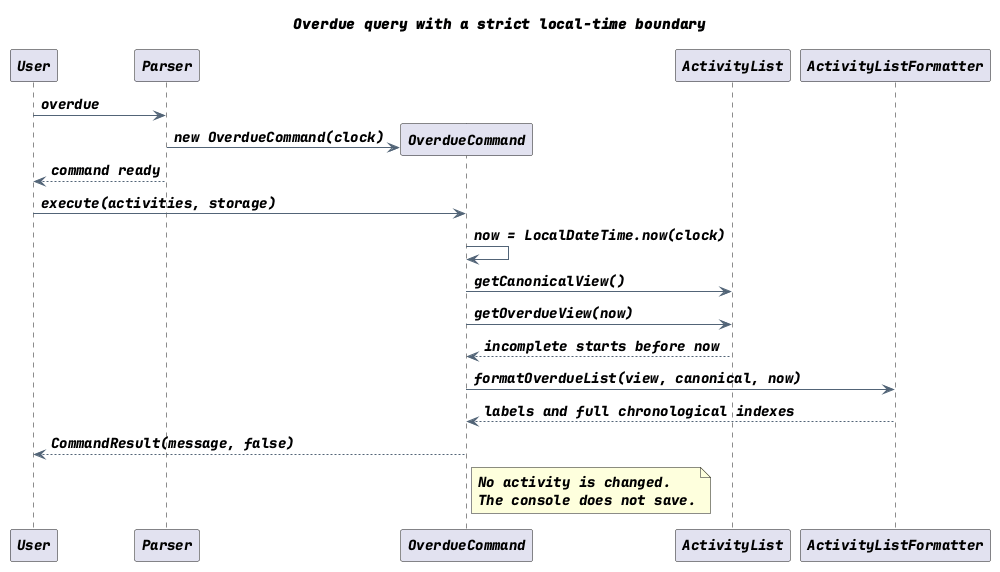
Before: docs/images/PriorityAndTimeViewsSequence.png, a diagram exported from PlantUML (AY2627S1-CS2113-T10-4/tp). The source it was exported from:
```plantuml
@startuml
!pragma layout smetana
title Overdue query with a strict local-time boundary
skinparam backgroundColor white
skinparam shadowing false
skinparam defaultFontName SansSerif
skinparam defaultFontSize 14
skinparam ArrowColor #526477
participant "User" as User
participant "Parser" as Parser
participant "OverdueCommand" as Overdue
participant "ActivityList" as List
participant "ActivityListFormatter" as Formatter

User -> Parser : overdue
create Overdue
Parser -> Overdue : new OverdueCommand(clock)
Parser --> User : command ready
User -> Overdue : execute(activities, storage)
Overdue -> Overdue : now = LocalDateTime.now(clock)
Overdue -> List : getCanonicalView()
Overdue -> List : getOverdueView(now)
List --> Overdue : incomplete starts before now
Overdue -> Formatter : formatOverdueList(view, canonical, now)
Formatter --> Overdue : labels and full chronological indexes
Overdue --> User : CommandResult(message, false)
note right of Overdue
  No activity is changed.
  The console does not save.
end note
@enduml
```
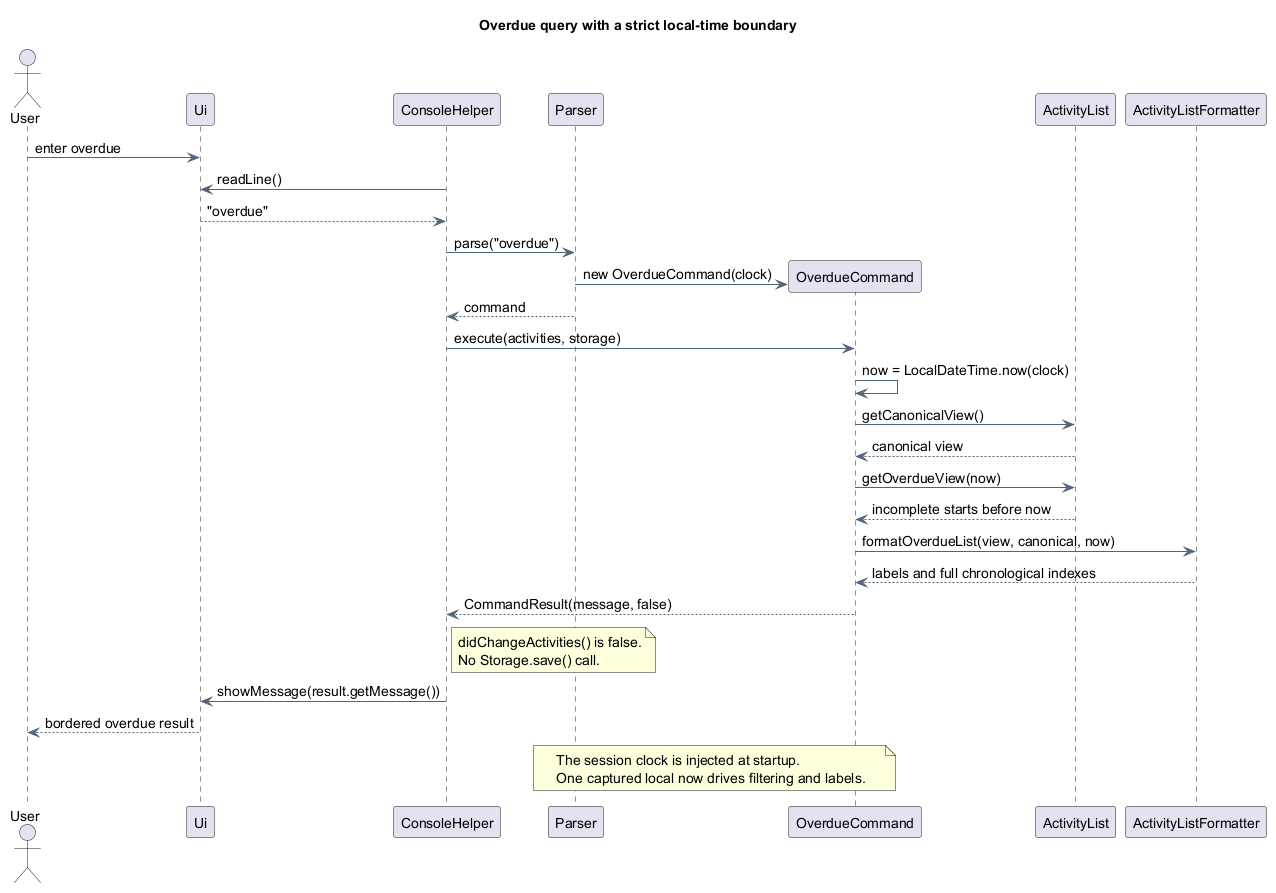
After the commit.

Commit message:
docs: reconcile merged activity guides with current behavior

Diff of the diagram source:
```diff
@@ -6,26 +6,38 @@
 skinparam defaultFontName SansSerif
 skinparam defaultFontSize 14
 skinparam ArrowColor #526477
-participant "User" as User
+actor "User" as User
+participant "Ui" as Ui
+participant "ConsoleHelper" as Console
 participant "Parser" as Parser
 participant "OverdueCommand" as Overdue
 participant "ActivityList" as List
 participant "ActivityListFormatter" as Formatter
 
-User -> Parser : overdue
+User -> Ui : enter overdue
+Console -> Ui : readLine()
+Ui --> Console : "overdue"
+Console -> Parser : parse("overdue")
 create Overdue
 Parser -> Overdue : new OverdueCommand(clock)
-Parser --> User : command ready
-User -> Overdue : execute(activities, storage)
+Parser --> Console : command
+Console -> Overdue : execute(activities, storage)
 Overdue -> Overdue : now = LocalDateTime.now(clock)
 Overdue -> List : getCanonicalView()
+List --> Overdue : canonical view
 Overdue -> List : getOverdueView(now)
 List --> Overdue : incomplete starts before now
 Overdue -> Formatter : formatOverdueList(view, canonical, now)
 Formatter --> Overdue : labels and full chronological indexes
-Overdue --> User : CommandResult(message, false)
-note right of Overdue
-  No activity is changed.
-  The console does not save.
+Overdue --> Console : CommandResult(message, false)
+note right of Console
+  didChangeActivities() is false.
+  No Storage.save() call.
+end note
+Console -> Ui : showMessage(result.getMessage())
+Ui --> User : bordered overdue result
+note over Parser, Overdue
+  The session clock is injected at startup.
+  One captured local now drives filtering and labels.
 end note
 @enduml
```
